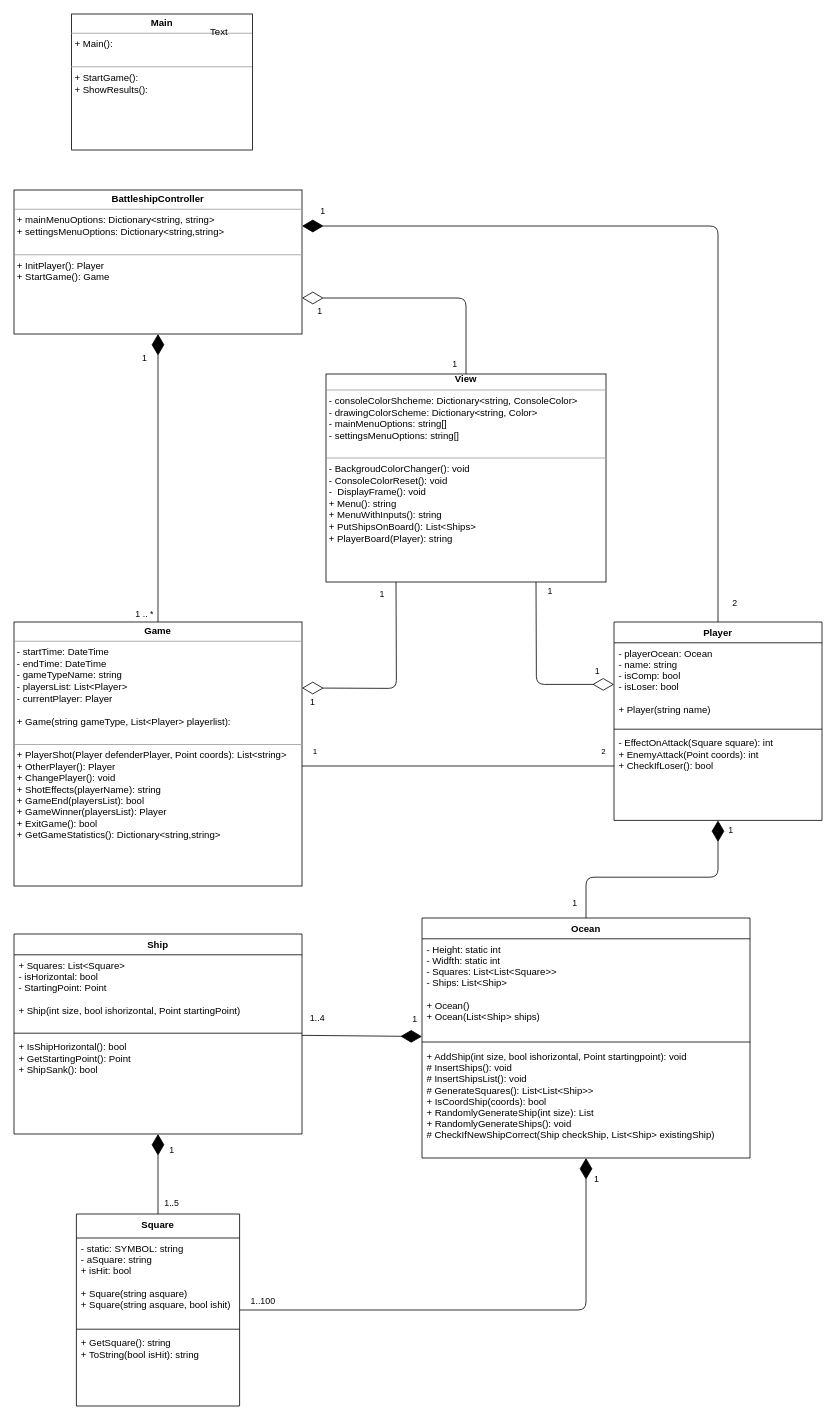
This is specifications/UML_Battleship.drawio from CodecoolGlobal/battle-ship-in-the-oo-way-war_ships, a draw.io file, before an edit. Source tidied: cells renumbered, new cells numbered last; positions are measured from the earlier drawing's top-left corner, leaving out a move shared by most shapes. Both pictures are drawn from the tidied source at 80%, with x=0, y=0 at pixel (14, 14).
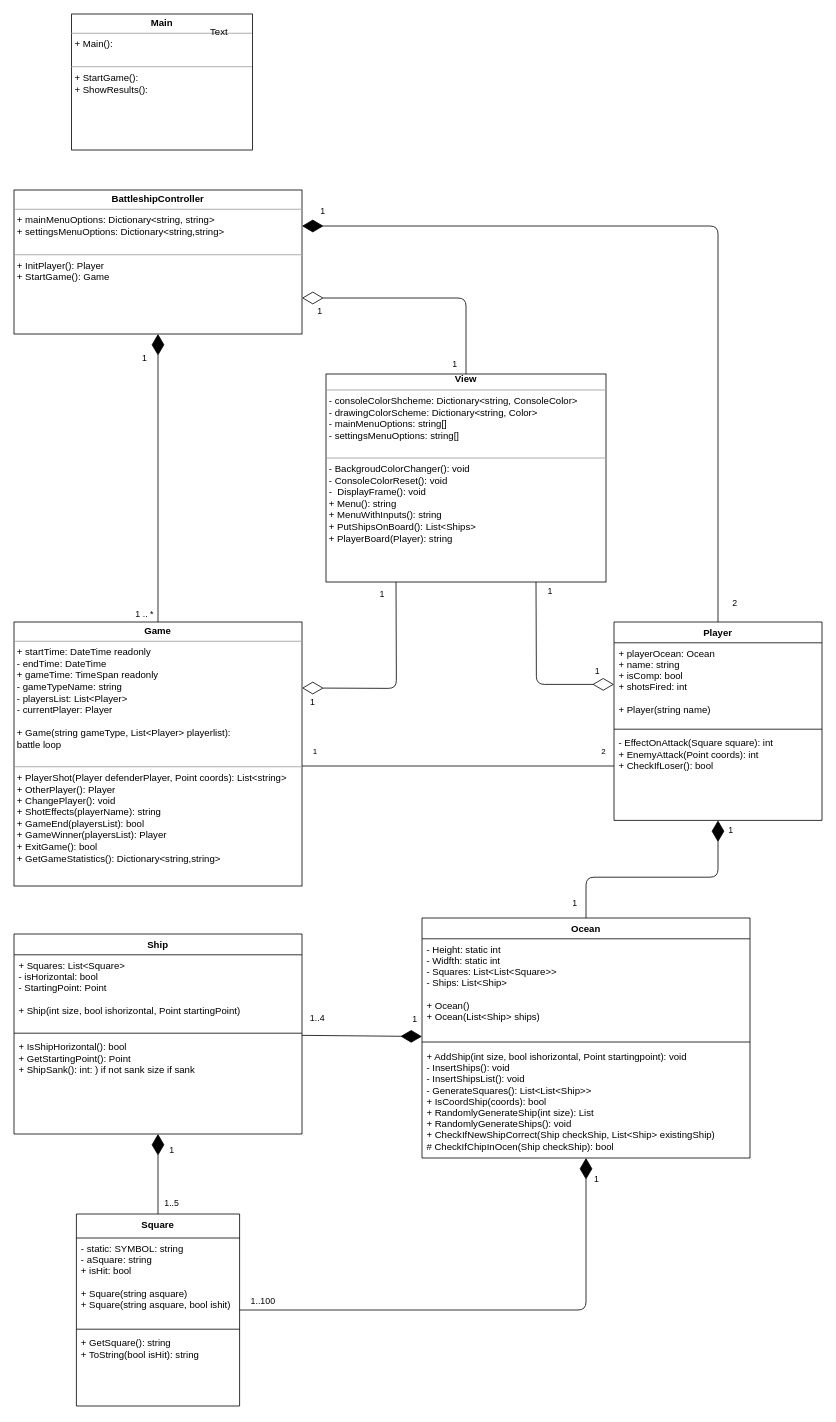
Above is the later version.

The change refers to these unchanged cells:
```xml
<mxCell id="22" value="Ocean" style="swimlane;fontStyle=1;align=center;verticalAlign=top;horizontal=1;startSize=26;" parent="1" vertex="1">
  <mxGeometry x="510" y="1130" width="410" height="300" as="geometry" />
</mxCell>
<mxCell id="26" value="Ship" style="swimlane;fontStyle=1;align=center;verticalAlign=top;horizontal=1;startSize=26;strokeColor=#000000;" parent="1" vertex="1">
  <mxGeometry y="1150" width="360" height="250" as="geometry" />
</mxCell>
<mxCell id="45" value="Player" style="swimlane;fontStyle=1;align=center;verticalAlign=top;horizontal=1;startSize=26;" parent="1" vertex="1">
  <mxGeometry x="750" y="760" width="260" height="248" as="geometry" />
</mxCell>
```

What changed in the source:
```diff
@@
-    <mxCell id="2" value="&lt;p style=&quot;margin: 0px ; margin-top: 4px ; text-align: center&quot;&gt;&lt;b&gt;Game&lt;/b&gt;&lt;/p&gt;&lt;hr size=&quot;1&quot;&gt;&lt;p style=&quot;margin: 0px ; margin-left: 4px&quot;&gt;- startTime: DateTime&lt;/p&gt;&lt;p style=&quot;margin: 0px ; margin-left: 4px&quot;&gt;- endTime: DateTime&lt;/p&gt;&lt;p style=&quot;margin: 0px ; margin-left: 4px&quot;&gt;- gameTypeName: string&lt;/p&gt;&lt;p style=&quot;margin: 0px ; margin-left: 4px&quot;&gt;- playersList: List&amp;lt;Player&amp;gt;&lt;/p&gt;&lt;p style=&quot;margin: 0px ; margin-left: 4px&quot;&gt;- currentPlayer: Player&lt;br&gt;&lt;/p&gt;&lt;p style=&quot;margin: 0px ; margin-left: 4px&quot;&gt;&lt;br&gt;&lt;/p&gt;&lt;p style=&quot;margin: 0px ; margin-left: 4px&quot;&gt;+ Game(string gameType, List&amp;lt;Player&amp;gt; playerlist):&lt;br&gt;&lt;/p&gt;&lt;p style=&quot;margin: 0px ; margin-left: 4px&quot;&gt;&lt;br&gt;&lt;/p&gt;&lt;hr size=&quot;1&quot;&gt;&lt;p style=&quot;margin: 0px ; margin-left: 4px&quot;&gt;+ PlayerShot(Player defenderPlayer, Point coords): List&amp;lt;string&amp;gt;&lt;/p&gt;&lt;p style=&quot;margin: 0px ; margin-left: 4px&quot;&gt;+ OtherPlayer(): Player&lt;/p&gt;&lt;p style=&quot;margin: 0px ; margin-left: 4px&quot;&gt;+ ChangePlayer(): void&lt;br&gt;&lt;/p&gt;&lt;p style=&quot;margin: 0px ; margin-left: 4px&quot;&gt;+ ShotEffects(playerName): string&lt;/p&gt;&lt;p style=&quot;margin: 0px ; margin-left: 4px&quot;&gt;+ GameEnd(playersList): bool&lt;br&gt;&lt;/p&gt;&lt;p style=&quot;margin: 0px ; margin-left: 4px&quot;&gt;+ GameWinner(playersList): Player&lt;/p&gt;&lt;p style=&quot;margin: 0px ; margin-left: 4px&quot;&gt;+ ExitGame(): bool&lt;/p&gt;&lt;p style=&quot;margin: 0px ; margin-left: 4px&quot;&gt;+ GetGameStatistics(): Dictionary&amp;lt;string,string&amp;gt;&lt;br&gt;&lt;/p&gt;" style="verticalAlign=top;align=left;overflow=fill;fontSize=12;fontFamily=Helvetica;html=1;" parent="1" vertex="1">
+    <mxCell id="2" value="&lt;p style=&quot;margin: 0px ; margin-top: 4px ; text-align: center&quot;&gt;&lt;b&gt;Game&lt;/b&gt;&lt;/p&gt;&lt;hr size=&quot;1&quot;&gt;&lt;p style=&quot;margin: 0px ; margin-left: 4px&quot;&gt;+ startTime: DateTime readonly&lt;br&gt;&lt;/p&gt;&lt;p style=&quot;margin: 0px ; margin-left: 4px&quot;&gt;- endTime: DateTime&lt;/p&gt;&lt;p style=&quot;margin: 0px ; margin-left: 4px&quot;&gt;+ gameTime: TimeSpan readonly&lt;br&gt;&lt;/p&gt;&lt;p style=&quot;margin: 0px ; margin-left: 4px&quot;&gt;- gameTypeName: string&lt;/p&gt;&lt;p style=&quot;margin: 0px ; margin-left: 4px&quot;&gt;- playersList: List&amp;lt;Player&amp;gt;&lt;/p&gt;&lt;p style=&quot;margin: 0px ; margin-left: 4px&quot;&gt;- currentPlayer: Player&lt;br&gt;&lt;/p&gt;&lt;p style=&quot;margin: 0px ; margin-left: 4px&quot;&gt;&lt;br&gt;&lt;/p&gt;&lt;p style=&quot;margin: 0px ; margin-left: 4px&quot;&gt;+ Game(string gameType, List&amp;lt;Player&amp;gt; playerlist):&lt;/p&gt;&lt;p style=&quot;margin: 0px ; margin-left: 4px&quot;&gt;battle loop&lt;/p&gt;&lt;p style=&quot;margin: 0px ; margin-left: 4px&quot;&gt;&lt;br&gt;&lt;/p&gt;&lt;hr size=&quot;1&quot;&gt;&lt;p style=&quot;margin: 0px ; margin-left: 4px&quot;&gt;+ PlayerShot(Player defenderPlayer, Point coords): List&amp;lt;string&amp;gt;&lt;/p&gt;&lt;p style=&quot;margin: 0px ; margin-left: 4px&quot;&gt;+ OtherPlayer(): Player&lt;/p&gt;&lt;p style=&quot;margin: 0px ; margin-left: 4px&quot;&gt;+ ChangePlayer(): void&lt;br&gt;&lt;/p&gt;&lt;p style=&quot;margin: 0px ; margin-left: 4px&quot;&gt;+ ShotEffects(playerName): string&lt;/p&gt;&lt;p style=&quot;margin: 0px ; margin-left: 4px&quot;&gt;+ GameEnd(playersList): bool&lt;br&gt;&lt;/p&gt;&lt;p style=&quot;margin: 0px ; margin-left: 4px&quot;&gt;+ GameWinner(playersList): Player&lt;/p&gt;&lt;p style=&quot;margin: 0px ; margin-left: 4px&quot;&gt;+ ExitGame(): bool&lt;/p&gt;&lt;p style=&quot;margin: 0px ; margin-left: 4px&quot;&gt;+ GetGameStatistics(): Dictionary&amp;lt;string,string&amp;gt;&lt;br&gt;&lt;/p&gt;" style="verticalAlign=top;align=left;overflow=fill;fontSize=12;fontFamily=Helvetica;html=1;" parent="1" vertex="1">
       <mxGeometry y="760" width="360" height="330" as="geometry" />
     </mxCell>
@@
-    <mxCell id="25" value="+ AddShip(int size, bool ishorizontal, Point startingpoint): void&#10;# InsertShips(): void&#10;# InsertShipsList(): void&#10;# GenerateSquares(): List&lt;List&lt;Ship&gt;&gt;&#10;+ IsCoordShip(coords): bool&#10;+ RandomlyGenerateShip(int size): List&#10;+ RandomlyGenerateShips(): void&#10;# CheckIfNewShipCorrect(Ship checkShip, List&lt;Ship&gt; existingShip)&#10;&#10;&#10;" style="text;strokeColor=none;fillColor=none;align=left;verticalAlign=top;spacingLeft=4;spacingRight=4;overflow=hidden;" parent="22" vertex="1">
+    <mxCell id="25" value="+ AddShip(int size, bool ishorizontal, Point startingpoint): void&#10;- InsertShips(): void&#10;- InsertShipsList(): void&#10;- GenerateSquares(): List&lt;List&lt;Ship&gt;&gt;&#10;+ IsCoordShip(coords): bool&#10;+ RandomlyGenerateShip(int size): List&#10;+ RandomlyGenerateShips(): void&#10;+ CheckIfNewShipCorrect(Ship checkShip, List&lt;Ship&gt; existingShip)&#10;# CheckIfChipInOcen(Ship checkShip): bool&#10;&#10;&#10;&#10;" style="text;strokeColor=none;fillColor=none;align=left;verticalAlign=top;spacingLeft=4;spacingRight=4;overflow=hidden;" parent="22" vertex="1">
       <mxGeometry y="160" width="410" height="140" as="geometry" />
     </mxCell>
@@
-    <mxCell id="29" value="+ IsShipHorizontal(): bool&#10;+ GetStartingPoint(): Point&#10;+ ShipSank(): bool&#10;" style="text;strokeColor=none;fillColor=none;align=left;verticalAlign=top;spacingLeft=4;spacingRight=4;overflow=hidden;" parent="26" vertex="1">
+    <mxCell id="29" value="+ IsShipHorizontal(): bool&#10;+ GetStartingPoint(): Point&#10;+ ShipSank(): int: ) if not sank size if sank&#10;" style="text;strokeColor=none;fillColor=none;align=left;verticalAlign=top;spacingLeft=4;spacingRight=4;overflow=hidden;" parent="26" vertex="1">
       <mxGeometry y="128" width="360" height="122" as="geometry" />
     </mxCell>
@@
-    <mxCell id="46" value="- playerOcean: Ocean&#10;- name: string&#10;- isComp: bool&#10;- isLoser: bool&#10;&#10;+ Player(string name)&#10;" style="text;strokeColor=none;fillColor=none;align=left;verticalAlign=top;spacingLeft=4;spacingRight=4;overflow=hidden;points=[[0,0.5],[1,0.5]];portConstraint=eastwest;" parent="45" vertex="1">
+    <mxCell id="46" value="+ playerOcean: Ocean&#10;+ name: string&#10;+ isComp: bool&#10;+ shotsFired: int&#10;&#10;+ Player(string name)&#10;" style="text;strokeColor=none;fillColor=none;align=left;verticalAlign=top;spacingLeft=4;spacingRight=4;overflow=hidden;points=[[0,0.5],[1,0.5]];portConstraint=eastwest;" parent="45" vertex="1">
       <mxGeometry y="26" width="260" height="104" as="geometry" />
     </mxCell>
```
